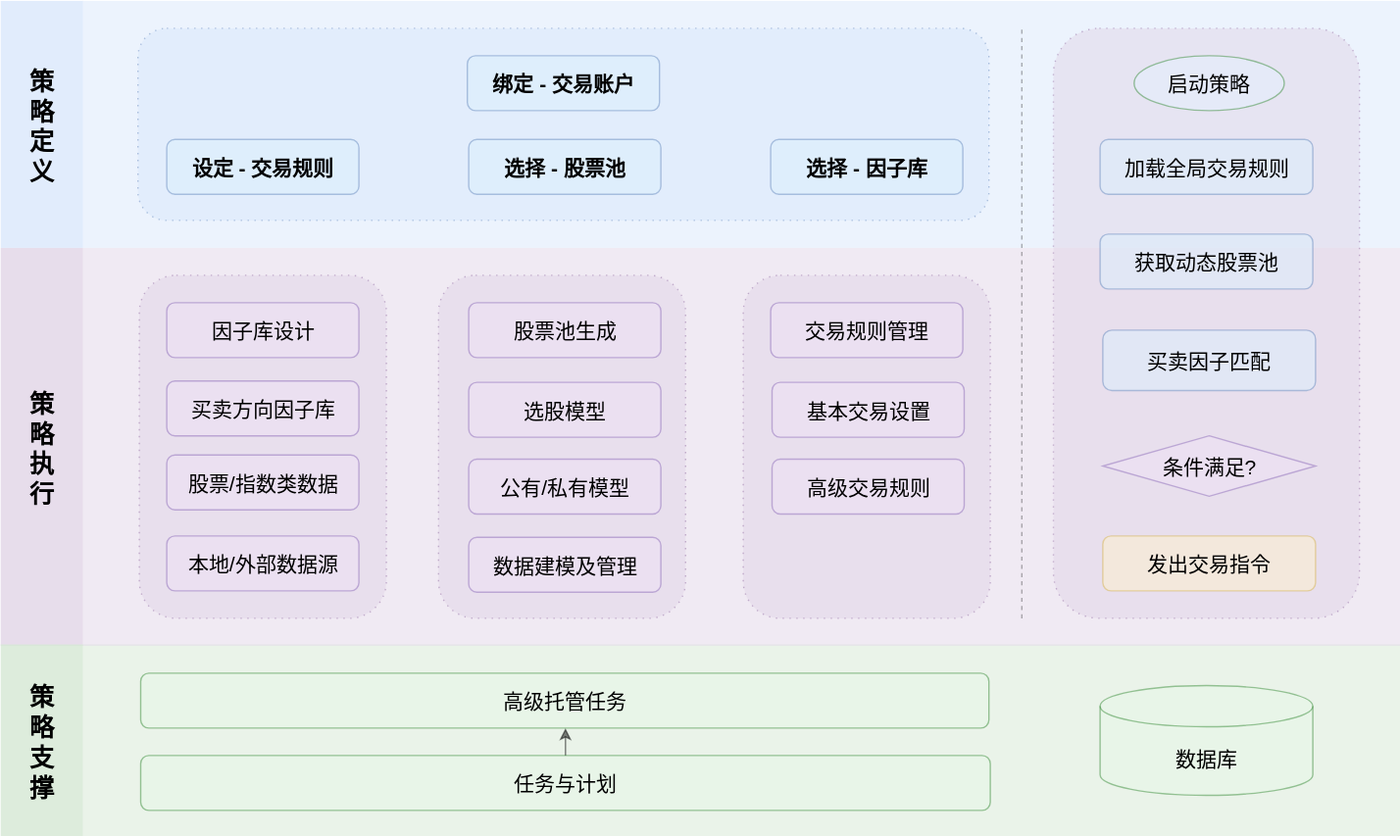
This is images/arch_diagram.svg from huabolu/tradestack, a draw.io export, as it was before one commit. Source tidied: cells renumbered, new cells last; positions are measured from the earlier drawing's top-left corner, leaving out a move shared by most shapes. The source it was exported from:
```xml
<mxGraphModel>
  <root>
    <mxCell id="0" />
    <mxCell id="1" parent="0" />
    <mxCell id="2" style="rounded=0;fillColor=#d5e8d4;strokeColor=none;fontSize=16;fontStyle=1;align=center;verticalAlign=middle;opacity=50;" parent="1" vertex="1">
      <mxGeometry x="60" y="469" width="960" height="140" as="geometry" />
    </mxCell>
    <mxCell id="3" style="rounded=0;fillColor=#dae8fc;strokeColor=none;fontSize=16;fontStyle=1;align=center;verticalAlign=middle;opacity=50;" parent="1" vertex="1">
      <mxGeometry x="60" width="960" height="180" as="geometry" />
    </mxCell>
    <mxCell id="4" style="rounded=0;fillColor=#e1d5e7;strokeColor=none;fontSize=16;fontStyle=1;align=center;verticalAlign=middle;opacity=50;" parent="1" vertex="1">
      <mxGeometry x="60" y="180" width="960" height="290" as="geometry" />
    </mxCell>
    <mxCell id="5" style="rounded=1;fillColor=#e1d5e7;strokeColor=#9673a6;fontSize=16;fontStyle=1;align=center;verticalAlign=middle;opacity=50;dashed=1;dashPattern=1 4;" parent="1" vertex="1">
      <mxGeometry x="767" y="20" width="223" height="430" as="geometry" />
    </mxCell>
    <mxCell id="6" style="rounded=1;fillColor=#e1d5e7;strokeColor=#9673a6;fontSize=16;fontStyle=1;align=center;verticalAlign=middle;opacity=50;dashed=1;dashPattern=1 4;" parent="1" vertex="1">
      <mxGeometry x="541" y="200" width="180" height="250" as="geometry" />
    </mxCell>
    <mxCell id="7" style="rounded=1;fillColor=#e1d5e7;strokeColor=#9673a6;fontSize=16;fontStyle=1;align=center;verticalAlign=middle;opacity=50;dashed=1;dashPattern=1 4;" parent="1" vertex="1">
      <mxGeometry x="319" y="200" width="180" height="250" as="geometry" />
    </mxCell>
    <mxCell id="8" style="rounded=1;fillColor=#e1d5e7;strokeColor=#9673a6;fontSize=16;fontStyle=1;align=center;verticalAlign=middle;opacity=50;dashed=1;dashPattern=1 4;" parent="1" vertex="1">
      <mxGeometry x="101" y="200" width="180" height="250" as="geometry" />
    </mxCell>
    <mxCell id="9" style="rounded=1;fillColor=#dae8fc;strokeColor=#6c8ebf;fontSize=16;fontStyle=1;align=center;verticalAlign=middle;opacity=50;dashed=1;dashPattern=1 4;" parent="1" vertex="1">
      <mxGeometry x="100" y="20" width="620" height="140" as="geometry" />
    </mxCell>
    <mxCell id="10" value="策&#10;略&#10;执&#10;行" style="rounded=0;fillColor=#e1d5e7;strokeColor=none;fontSize=18;fontStyle=1;align=center;verticalAlign=middle;opacity=80;" parent="1" vertex="1">
      <mxGeometry y="180" width="60" height="290" as="geometry" />
    </mxCell>
    <mxCell id="11" value="策&#10;略&#10;支&#10;撑" style="rounded=0;fillColor=#d5e8d4;strokeColor=none;fontSize=18;fontStyle=1;align=center;verticalAlign=middle;opacity=80;" parent="1" vertex="1">
      <mxGeometry y="469" width="60" height="140" as="geometry" />
    </mxCell>
    <mxCell id="12" value="策&#10;略&#10;定&#10;义" style="rounded=0;fillColor=#dae8fc;strokeColor=none;fontSize=18;fontStyle=1;align=center;verticalAlign=middle;opacity=80;" parent="1" vertex="1">
      <mxGeometry width="60" height="180" as="geometry" />
    </mxCell>
    <mxCell id="13" style="edgeStyle=orthogonalEdgeStyle;rounded=0;jettySize=auto;html=1;opacity=50;" parent="1" edge="1" source="14" target="36">
      <mxGeometry relative="1" as="geometry" />
    </mxCell>
    <mxCell id="14" value="&lt;font style=&quot;font-size: 15px;&quot;&gt;任务与计划&lt;/font&gt;" style="rounded=1;whiteSpace=wrap;html=1;fillColor=#e8f8e8;strokeColor=#3c8d3c;fontSize=11;opacity=50;" parent="1" vertex="1">
      <mxGeometry x="102" y="550" width="619" height="40" as="geometry" />
    </mxCell>
    <mxCell id="15" value="&lt;font style=&quot;font-size: 15px;&quot;&gt;选择 - 因子库&lt;/font&gt;" style="rounded=1;whiteSpace=wrap;html=1;fillColor=#dbeffd;strokeColor=#6c8ebf;fontSize=12;fontStyle=1;opacity=50;" parent="1" vertex="1">
      <mxGeometry x="561" y="101" width="140" height="40" as="geometry" />
    </mxCell>
    <mxCell id="16" value="&lt;font style=&quot;font-size: 15px;&quot;&gt;选择 - 股票池&lt;/font&gt;" style="rounded=1;whiteSpace=wrap;html=1;fillColor=#dbeffd;strokeColor=#6c8ebf;fontSize=12;fontStyle=1;opacity=50;" parent="1" vertex="1">
      <mxGeometry x="341" y="101" width="140" height="40" as="geometry" />
    </mxCell>
    <mxCell id="17" value="&lt;font style=&quot;font-size: 15px;&quot;&gt;设定 - 交易规则&lt;/font&gt;" style="rounded=1;whiteSpace=wrap;html=1;fillColor=#dbeffd;strokeColor=#6c8ebf;fontSize=12;fontStyle=1;opacity=50;" parent="1" vertex="1">
      <mxGeometry x="121" y="101" width="140" height="40" as="geometry" />
    </mxCell>
    <mxCell id="18" value="交易规则管理" style="rounded=1;whiteSpace=wrap;html=1;fillColor=#efe1f6;strokeColor=#8e6fb9;fontSize=15;glass=0;opacity=50;" parent="1" vertex="1">
      <mxGeometry x="561" y="220" width="140" height="40" as="geometry" />
    </mxCell>
    <mxCell id="19" value="因子库设计" style="rounded=1;whiteSpace=wrap;html=1;fillColor=#efe1f6;strokeColor=#8e6fb9;fontSize=15;glass=0;opacity=50;" parent="1" vertex="1">
      <mxGeometry x="121" y="220" width="140" height="40" as="geometry" />
    </mxCell>
    <mxCell id="20" value="股票池生成" style="rounded=1;whiteSpace=wrap;html=1;fillColor=#efe1f6;strokeColor=#8e6fb9;fontSize=15;glass=0;opacity=50;" parent="1" vertex="1">
      <mxGeometry x="341" y="220" width="140" height="40" as="geometry" />
    </mxCell>
    <mxCell id="21" value="&lt;font&gt;选股模型&lt;/font&gt;" style="rounded=1;whiteSpace=wrap;html=1;fillColor=#efe1f6;strokeColor=#8e6fb9;fontSize=15;glass=0;opacity=50;" parent="1" vertex="1">
      <mxGeometry x="341" y="278" width="140" height="40" as="geometry" />
    </mxCell>
    <mxCell id="22" value="公有/私有模型" style="rounded=1;whiteSpace=wrap;html=1;fillColor=#efe1f6;strokeColor=#8e6fb9;fontSize=15;glass=0;opacity=50;" parent="1" vertex="1">
      <mxGeometry x="341" y="334" width="140" height="40" as="geometry" />
    </mxCell>
    <mxCell id="23" value="数据建模及管理" style="rounded=1;whiteSpace=wrap;html=1;fillColor=#efe1f6;strokeColor=#8e6fb9;fontSize=15;glass=0;opacity=50;" parent="1" vertex="1">
      <mxGeometry x="341" y="391" width="140" height="40" as="geometry" />
    </mxCell>
    <mxCell id="24" value="买卖方向因子库" style="rounded=1;whiteSpace=wrap;html=1;fillColor=#efe1f6;strokeColor=#8e6fb9;fontSize=15;glass=0;opacity=50;" parent="1" vertex="1">
      <mxGeometry x="121" y="277" width="140" height="40" as="geometry" />
    </mxCell>
    <mxCell id="25" value="股票/指数类数据" style="rounded=1;whiteSpace=wrap;html=1;fillColor=#efe1f6;strokeColor=#8e6fb9;fontSize=15;glass=0;opacity=50;" parent="1" vertex="1">
      <mxGeometry x="121" y="331" width="140" height="40" as="geometry" />
    </mxCell>
    <mxCell id="26" value="本地/外部数据源" style="rounded=1;whiteSpace=wrap;html=1;fillColor=#efe1f6;strokeColor=#8e6fb9;fontSize=15;glass=0;opacity=50;" parent="1" vertex="1">
      <mxGeometry x="121" y="390" width="140" height="40" as="geometry" />
    </mxCell>
    <mxCell id="27" value="基本交易设置" style="rounded=1;whiteSpace=wrap;html=1;fillColor=#efe1f6;strokeColor=#8e6fb9;fontSize=15;glass=0;opacity=50;" parent="1" vertex="1">
      <mxGeometry x="562" y="278" width="140" height="40" as="geometry" />
    </mxCell>
    <mxCell id="28" value="高级交易规则" style="rounded=1;whiteSpace=wrap;html=1;fillColor=#efe1f6;strokeColor=#8e6fb9;fontSize=15;glass=0;opacity=50;" parent="1" vertex="1">
      <mxGeometry x="562" y="334" width="140" height="40" as="geometry" />
    </mxCell>
    <mxCell id="29" value="启动策略" style="ellipse;whiteSpace=wrap;html=1;fillColor=#e6f2ff;strokeColor=light-dark(#3C8D3C,#5C79A3);fontSize=15;opacity=50;" parent="1" vertex="1">
      <mxGeometry x="825.8" y="40" width="109.4" height="40" as="geometry" />
    </mxCell>
    <mxCell id="30" value="加载全局交易规则" style="rounded=1;whiteSpace=wrap;html=1;fillColor=light-dark(#DBEFFD,#142531);strokeColor=light-dark(#6C8EBF,#5C79A3);fontSize=15;opacity=50;" parent="1" vertex="1">
      <mxGeometry x="801" y="101" width="155" height="40" as="geometry" />
    </mxCell>
    <mxCell id="31" value="获取动态股票池" style="rounded=1;whiteSpace=wrap;html=1;fillColor=light-dark(#DBEFFD,#142531);strokeColor=light-dark(#6C8EBF,#5C79A3);fontSize=15;opacity=50;" parent="1" vertex="1">
      <mxGeometry x="801" y="170" width="155" height="40" as="geometry" />
    </mxCell>
    <mxCell id="32" value="买卖因子匹配" style="rounded=1;whiteSpace=wrap;html=1;fillColor=light-dark(#DBEFFD,#142531);strokeColor=light-dark(#6C8EBF,#5C79A3);fontSize=15;opacity=50;" parent="1" vertex="1">
      <mxGeometry x="803" y="240" width="155" height="44" as="geometry" />
    </mxCell>
    <mxCell id="33" value="条件满足?" style="rhombus;whiteSpace=wrap;html=1;fillColor=light-dark(#EFE1F6,#302436);strokeColor=light-dark(#8E6FB9,#9479B9);fontSize=15;opacity=50;" parent="1" vertex="1">
      <mxGeometry x="803" y="317" width="155" height="44" as="geometry" />
    </mxCell>
    <mxCell id="34" value="&lt;span style=&quot;font-size: 15px;&quot;&gt;绑定 -&amp;nbsp;&lt;/span&gt;&lt;span style=&quot;color: light-dark(rgb(0, 0, 0), rgb(255, 255, 255)); background-color: transparent; font-size: 15px;&quot;&gt;交易账户&lt;/span&gt;" style="rounded=1;whiteSpace=wrap;html=1;fillColor=#dbeffd;strokeColor=#6c8ebf;fontSize=12;fontStyle=1;opacity=50;" parent="1" vertex="1">
      <mxGeometry x="340" y="40" width="140" height="40" as="geometry" />
    </mxCell>
    <mxCell id="35" value="&lt;font style=&quot;font-size: 15px;&quot;&gt;数据库&lt;/font&gt;" style="shape=cylinder3;whiteSpace=wrap;html=1;boundedLbl=1;backgroundOutline=1;size=15;fillColor=light-dark(#E8F8E8,#122012);strokeColor=light-dark(#3C8D3C,#569C56);opacity=50;" parent="1" vertex="1">
      <mxGeometry x="801" y="499" width="155" height="80" as="geometry" />
    </mxCell>
    <mxCell id="36" value="&lt;span style=&quot;font-size: 15px;&quot;&gt;高级托管任务&lt;/span&gt;" style="rounded=1;whiteSpace=wrap;html=1;fillColor=#e8f8e8;strokeColor=#3c8d3c;fontSize=11;opacity=50;" parent="1" vertex="1">
      <mxGeometry x="102" y="490" width="618" height="40" as="geometry" />
    </mxCell>
    <mxCell id="37" style="endArrow=none;dashed=1;html=1;rounded=0;opacity=30;" parent="1" edge="1">
      <mxGeometry relative="1" as="geometry">
        <mxPoint x="744" y="450" as="sourcePoint" />
        <mxPoint x="744" y="20" as="targetPoint" />
      </mxGeometry>
    </mxCell>
    <mxCell id="38" value="&lt;span style=&quot;font-size: 15px;&quot;&gt;发出交易指令&lt;/span&gt;" style="rounded=1;whiteSpace=wrap;html=1;fillColor=#fff2cc;strokeColor=#d6b656;opacity=50;" parent="1" vertex="1">
      <mxGeometry x="803" y="390" width="155" height="40" as="geometry" />
    </mxCell>
  </root>
</mxGraphModel>
```
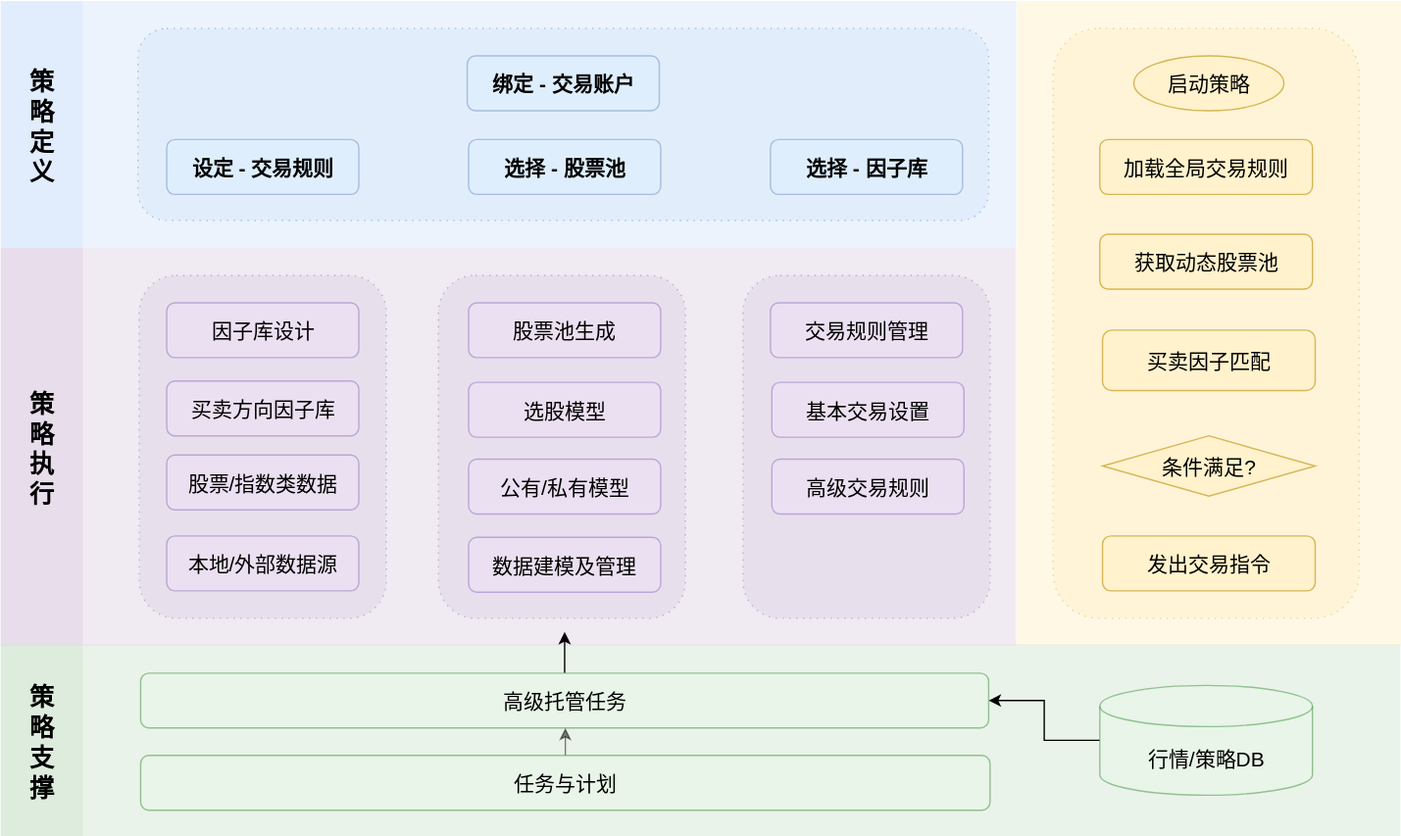
Above is the later version.

What changed in the source:
```diff
@@ -2,18 +2,21 @@
   <root>
     <mxCell id="0" />
     <mxCell id="1" parent="0" />
+    <mxCell id="39" style="rounded=0;whiteSpace=wrap;html=1;fillColor=#fff2cc;strokeColor=none;opacity=50;" parent="1" vertex="1">
+      <mxGeometry x="740.5" width="280" height="470" as="geometry" />
+    </mxCell>
+    <mxCell id="40" style="rounded=1;whiteSpace=wrap;html=1;fillColor=#fff2cc;strokeColor=#D6B656;dashed=1;dashPattern=1 4;opacity=50;" parent="1" vertex="1">
+      <mxGeometry x="767" y="20" width="223" height="430" as="geometry" />
+    </mxCell>
     <mxCell id="2" style="rounded=0;fillColor=#d5e8d4;strokeColor=none;fontSize=16;fontStyle=1;align=center;verticalAlign=middle;opacity=50;" parent="1" vertex="1">
       <mxGeometry x="60" y="469" width="960" height="140" as="geometry" />
     </mxCell>
     <mxCell id="3" style="rounded=0;fillColor=#dae8fc;strokeColor=none;fontSize=16;fontStyle=1;align=center;verticalAlign=middle;opacity=50;" parent="1" vertex="1">
-      <mxGeometry x="60" width="960" height="180" as="geometry" />
+      <mxGeometry x="60" width="680" height="180" as="geometry" />
     </mxCell>
     <mxCell id="4" style="rounded=0;fillColor=#e1d5e7;strokeColor=none;fontSize=16;fontStyle=1;align=center;verticalAlign=middle;opacity=50;" parent="1" vertex="1">
-      <mxGeometry x="60" y="180" width="960" height="290" as="geometry" />
+      <mxGeometry x="60" y="180" width="680" height="290" as="geometry" />
     </mxCell>
-    <mxCell id="5" style="rounded=1;fillColor=#e1d5e7;strokeColor=#9673a6;fontSize=16;fontStyle=1;align=center;verticalAlign=middle;opacity=50;dashed=1;dashPattern=1 4;" parent="1" vertex="1">
-      <mxGeometry x="767" y="20" width="223" height="430" as="geometry" />
-    </mxCell>
     <mxCell id="6" style="rounded=1;fillColor=#e1d5e7;strokeColor=#9673a6;fontSize=16;fontStyle=1;align=center;verticalAlign=middle;opacity=50;dashed=1;dashPattern=1 4;" parent="1" vertex="1">
       <mxGeometry x="541" y="200" width="180" height="250" as="geometry" />
     </mxCell>
@@ -83,37 +86,39 @@
     <mxCell id="28" value="高级交易规则" style="rounded=1;whiteSpace=wrap;html=1;fillColor=#efe1f6;strokeColor=#8e6fb9;fontSize=15;glass=0;opacity=50;" parent="1" vertex="1">
       <mxGeometry x="562" y="334" width="140" height="40" as="geometry" />
     </mxCell>
-    <mxCell id="29" value="启动策略" style="ellipse;whiteSpace=wrap;html=1;fillColor=#e6f2ff;strokeColor=light-dark(#3C8D3C,#5C79A3);fontSize=15;opacity=50;" parent="1" vertex="1">
+    <mxCell id="29" value="启动策略" style="ellipse;whiteSpace=wrap;html=1;fillColor=light-dark(#FFF2CC,#281D00);strokeColor=#D6B656;fontSize=15;" parent="1" vertex="1">
       <mxGeometry x="825.8" y="40" width="109.4" height="40" as="geometry" />
     </mxCell>
-    <mxCell id="30" value="加载全局交易规则" style="rounded=1;whiteSpace=wrap;html=1;fillColor=light-dark(#DBEFFD,#142531);strokeColor=light-dark(#6C8EBF,#5C79A3);fontSize=15;opacity=50;" parent="1" vertex="1">
+    <mxCell id="30" value="加载全局交易规则" style="rounded=1;whiteSpace=wrap;html=1;fillColor=light-dark(#FFF2CC,#281D00);strokeColor=#D6B656;fontSize=15;" parent="1" vertex="1">
       <mxGeometry x="801" y="101" width="155" height="40" as="geometry" />
     </mxCell>
-    <mxCell id="31" value="获取动态股票池" style="rounded=1;whiteSpace=wrap;html=1;fillColor=light-dark(#DBEFFD,#142531);strokeColor=light-dark(#6C8EBF,#5C79A3);fontSize=15;opacity=50;" parent="1" vertex="1">
+    <mxCell id="31" value="获取动态股票池" style="rounded=1;whiteSpace=wrap;html=1;fillColor=light-dark(#FFF2CC,#281D00);strokeColor=#D6B656;fontSize=15;" parent="1" vertex="1">
       <mxGeometry x="801" y="170" width="155" height="40" as="geometry" />
     </mxCell>
-    <mxCell id="32" value="买卖因子匹配" style="rounded=1;whiteSpace=wrap;html=1;fillColor=light-dark(#DBEFFD,#142531);strokeColor=light-dark(#6C8EBF,#5C79A3);fontSize=15;opacity=50;" parent="1" vertex="1">
+    <mxCell id="32" value="买卖因子匹配" style="rounded=1;whiteSpace=wrap;html=1;fillColor=light-dark(#FFF2CC,#281D00);strokeColor=#D6B656;fontSize=15;" parent="1" vertex="1">
       <mxGeometry x="803" y="240" width="155" height="44" as="geometry" />
     </mxCell>
-    <mxCell id="33" value="条件满足?" style="rhombus;whiteSpace=wrap;html=1;fillColor=light-dark(#EFE1F6,#302436);strokeColor=light-dark(#8E6FB9,#9479B9);fontSize=15;opacity=50;" parent="1" vertex="1">
+    <mxCell id="33" value="条件满足?" style="rhombus;whiteSpace=wrap;html=1;fillColor=light-dark(#FFF2CC,#281D00);strokeColor=#D6B656;fontSize=15;" parent="1" vertex="1">
       <mxGeometry x="803" y="317" width="155" height="44" as="geometry" />
     </mxCell>
     <mxCell id="34" value="&lt;span style=&quot;font-size: 15px;&quot;&gt;绑定 -&amp;nbsp;&lt;/span&gt;&lt;span style=&quot;color: light-dark(rgb(0, 0, 0), rgb(255, 255, 255)); background-color: transparent; font-size: 15px;&quot;&gt;交易账户&lt;/span&gt;" style="rounded=1;whiteSpace=wrap;html=1;fillColor=#dbeffd;strokeColor=#6c8ebf;fontSize=12;fontStyle=1;opacity=50;" parent="1" vertex="1">
       <mxGeometry x="340" y="40" width="140" height="40" as="geometry" />
     </mxCell>
+    <mxCell id="41" style="edgeStyle=orthogonalEdgeStyle;rounded=0;jettySize=auto;html=1;" parent="1" edge="1" source="35" target="36">
+      <mxGeometry relative="1" as="geometry" />
+    </mxCell>
-    <mxCell id="35" value="&lt;font style=&quot;font-size: 15px;&quot;&gt;数据库&lt;/font&gt;" style="shape=cylinder3;whiteSpace=wrap;html=1;boundedLbl=1;backgroundOutline=1;size=15;fillColor=light-dark(#E8F8E8,#122012);strokeColor=light-dark(#3C8D3C,#569C56);opacity=50;" parent="1" vertex="1">
+    <mxCell id="35" value="&lt;font style=&quot;font-size: 15px;&quot;&gt;行情/策略DB&lt;/font&gt;" style="shape=cylinder3;whiteSpace=wrap;html=1;boundedLbl=1;backgroundOutline=1;size=15;fillColor=light-dark(#E8F8E8,#122012);strokeColor=light-dark(#3C8D3C,#569C56);opacity=50;" parent="1" vertex="1">
       <mxGeometry x="801" y="499" width="155" height="80" as="geometry" />
     </mxCell>
+    <mxCell id="42" style="edgeStyle=orthogonalEdgeStyle;rounded=0;jettySize=auto;html=1;" parent="1" edge="1" source="36">
+      <mxGeometry relative="1" as="geometry">
+        <mxPoint x="411" y="460" as="targetPoint" />
+      </mxGeometry>
+    </mxCell>
     <mxCell id="36" value="&lt;span style=&quot;font-size: 15px;&quot;&gt;高级托管任务&lt;/span&gt;" style="rounded=1;whiteSpace=wrap;html=1;fillColor=#e8f8e8;strokeColor=#3c8d3c;fontSize=11;opacity=50;" parent="1" vertex="1">
       <mxGeometry x="102" y="490" width="618" height="40" as="geometry" />
     </mxCell>
-    <mxCell id="37" style="endArrow=none;dashed=1;html=1;rounded=0;opacity=30;" parent="1" edge="1">
-      <mxGeometry relative="1" as="geometry">
-        <mxPoint x="744" y="450" as="sourcePoint" />
-        <mxPoint x="744" y="20" as="targetPoint" />
-      </mxGeometry>
-    </mxCell>
-    <mxCell id="38" value="&lt;span style=&quot;font-size: 15px;&quot;&gt;发出交易指令&lt;/span&gt;" style="rounded=1;whiteSpace=wrap;html=1;fillColor=#fff2cc;strokeColor=#d6b656;opacity=50;" parent="1" vertex="1">
+    <mxCell id="38" value="&lt;span style=&quot;font-size: 15px;&quot;&gt;发出交易指令&lt;/span&gt;" style="rounded=1;whiteSpace=wrap;html=1;fillColor=light-dark(#FFF2CC,#281D00);strokeColor=#D6B656;" parent="1" vertex="1">
       <mxGeometry x="803" y="390" width="155" height="40" as="geometry" />
     </mxCell>
   </root>
```
